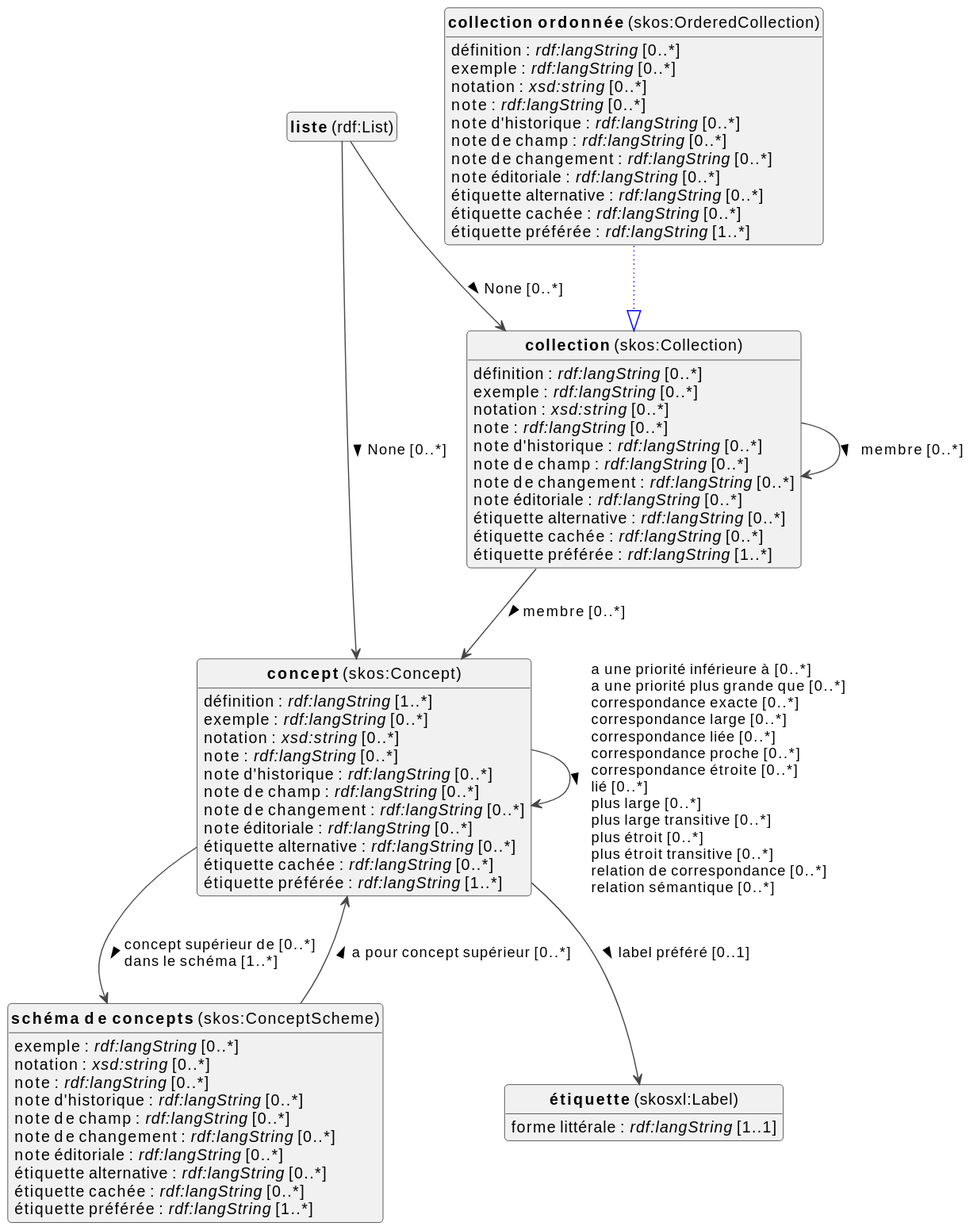
Earlier version of the PlantUML export docs/metadata/knowledge-graph/0.0.1/terms/fr/terms-diagram.svg (viaacode/documentation-jekyll).
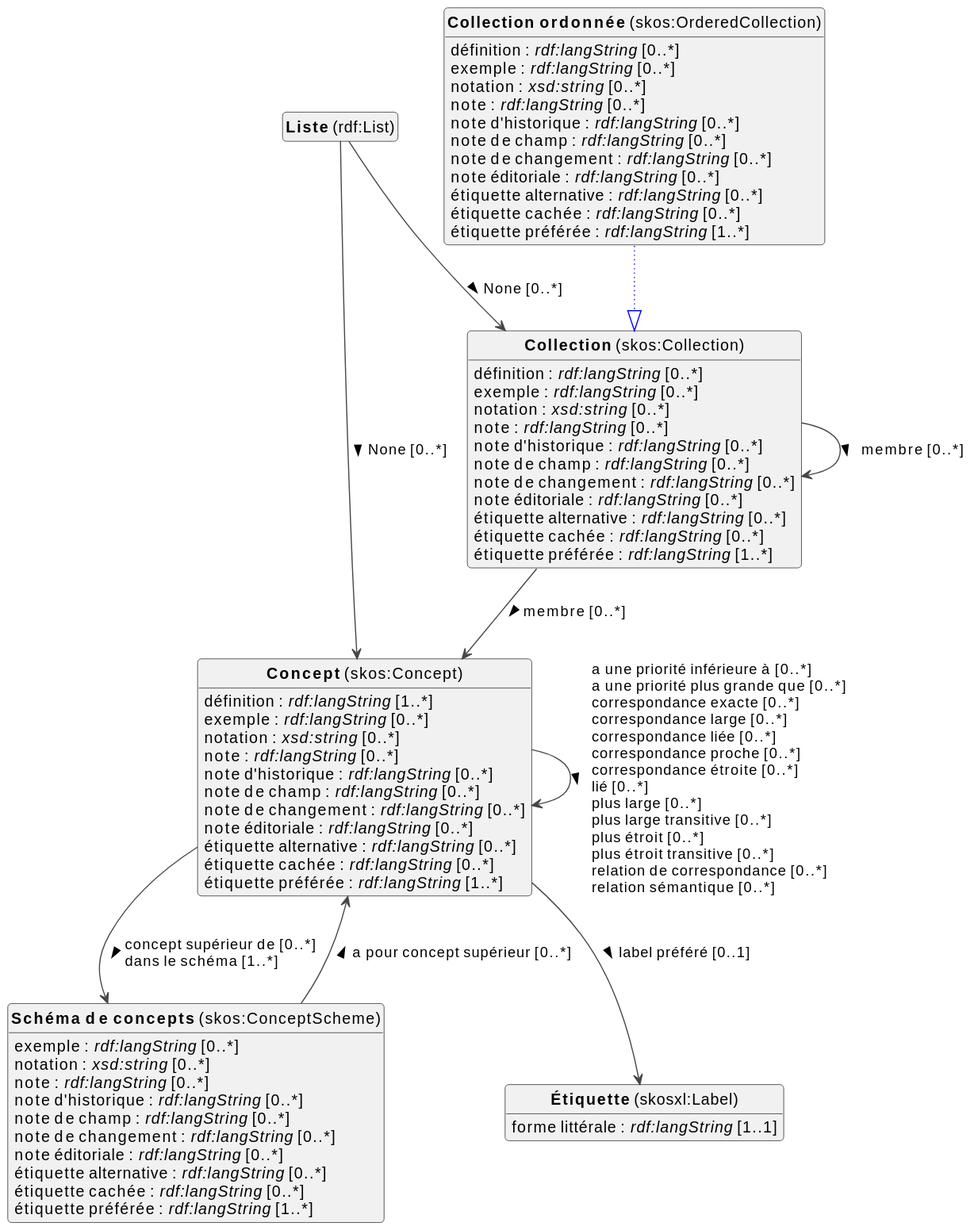
The same file after the commit.

The edit, as a diff of the source:
```diff
@@ -10,13 +10,13 @@
 top to bottom direction
 
 
-class "<b>collection</b> (skos:Collection)" as skos_Collection [[#skos%3ACollection]]
-class "<b>collection ordonnée</b> (skos:OrderedCollection)" as skos_OrderedCollection [[#skos%3AOrderedCollection]]
-class "<b>collection</b> (skos:Collection)" as skos_Collection [[#skos%3ACollection]]
-class "<b>concept</b> (skos:Concept)" as skos_Concept [[#skos%3AConcept]]
-class "<b>liste</b> (rdf:List)" as rdf_List [[#rdf%3AList]]
-class "<b>schéma de concepts</b> (skos:ConceptScheme)" as skos_ConceptScheme [[#skos%3AConceptScheme]]
-class "<b>étiquette</b> (skosxl:Label)" as skosxl_Label [[#skosxl%3ALabel]]
+class "<b>Collection</b> (skos:Collection)" as skos_Collection [[#skos%3ACollection]]
+class "<b>Collection ordonnée</b> (skos:OrderedCollection)" as skos_OrderedCollection [[#skos%3AOrderedCollection]]
+class "<b>Collection</b> (skos:Collection)" as skos_Collection [[#skos%3ACollection]]
+class "<b>Concept</b> (skos:Concept)" as skos_Concept [[#skos%3AConcept]]
+class "<b>Liste</b> (rdf:List)" as rdf_List [[#rdf%3AList]]
+class "<b>Schéma de concepts</b> (skos:ConceptScheme)" as skos_ConceptScheme [[#skos%3AConceptScheme]]
+class "<b>Étiquette</b> (skosxl:Label)" as skosxl_Label [[#skosxl%3ALabel]]
 
 
 skos_Collection : définition : <i>rdf:langString</i> [0..*]
```
